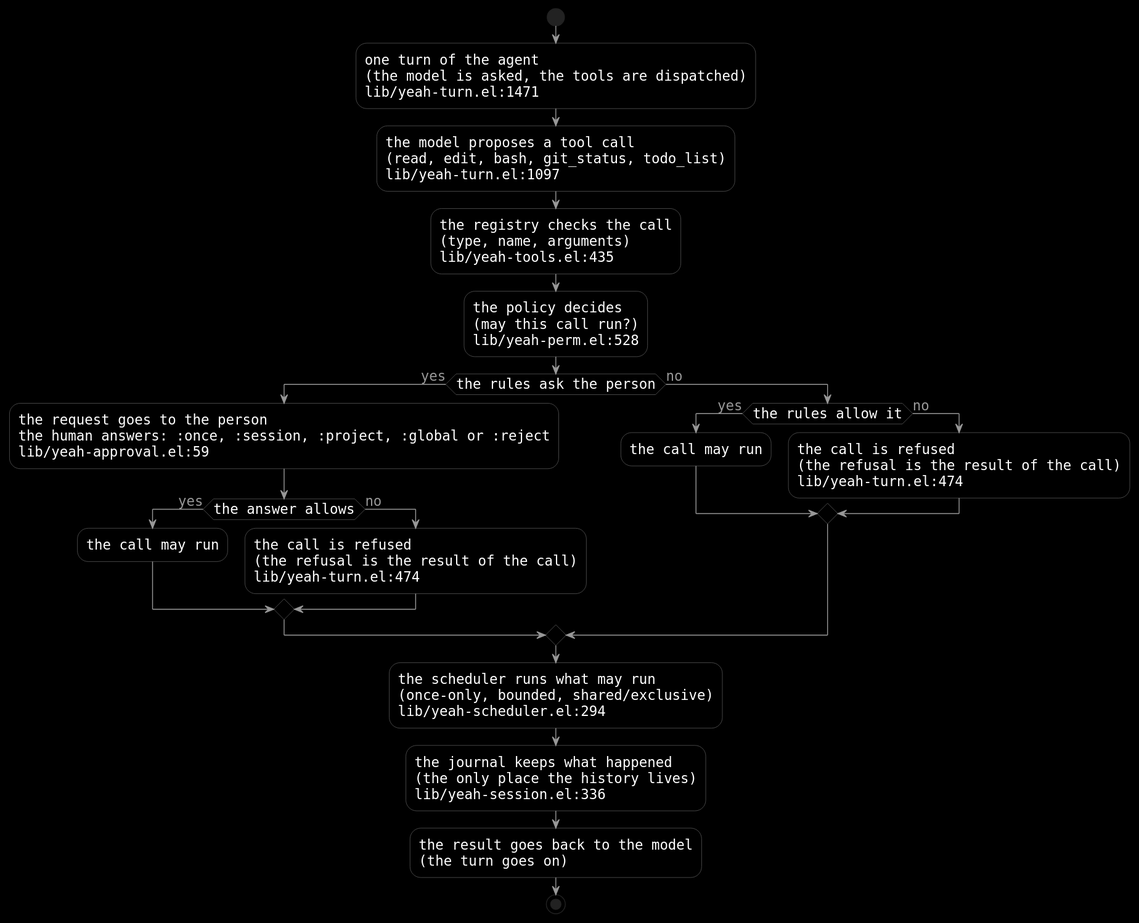
This is site/assets/diagrams/one-turn-dark.svg from 11111000000/yeah, a PlantUML export, as it was before one commit.
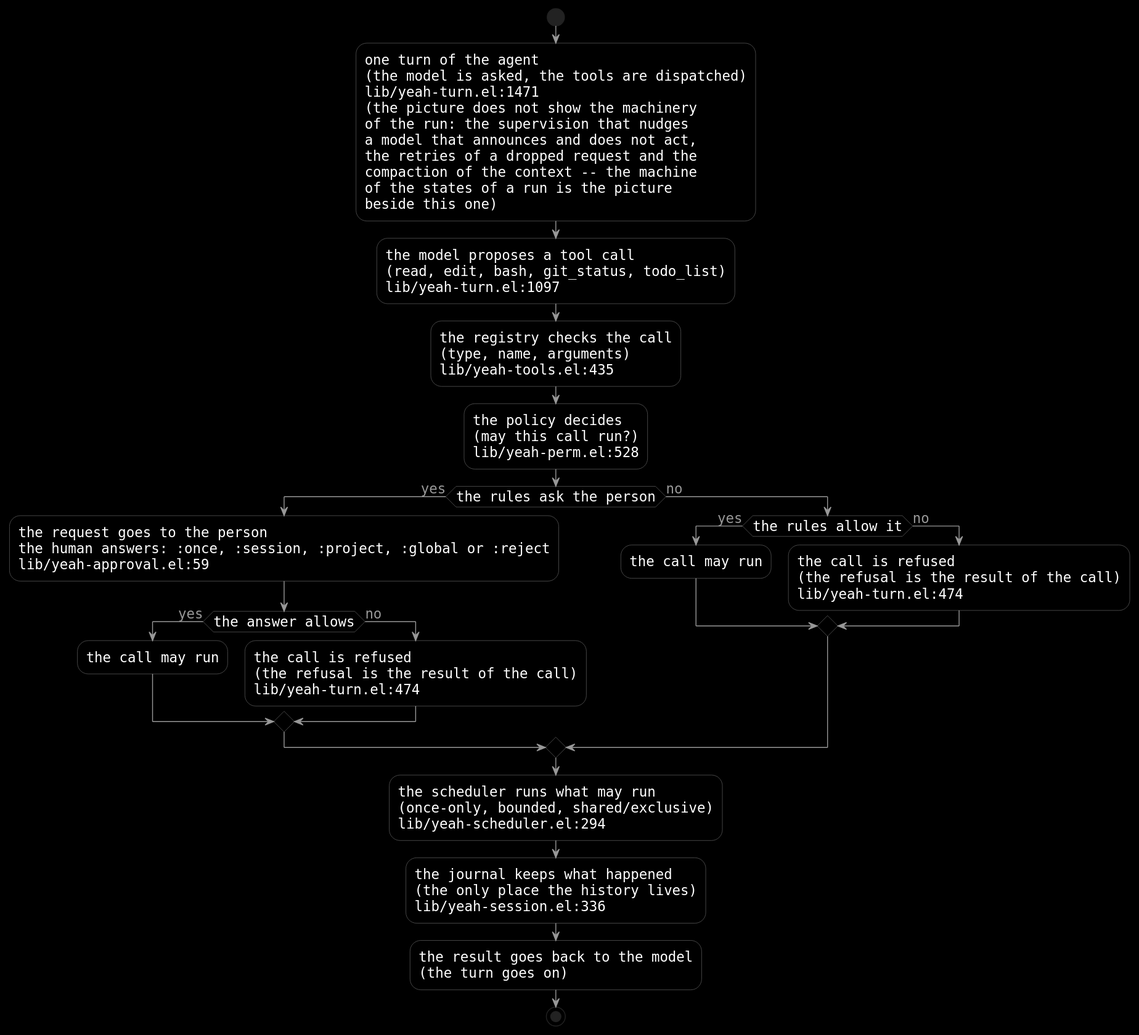
The same file after the commit.

What changed in the source:
```diff
@@ -1,4 +1,5 @@
 @startuml
+!define SUBJECT_BG #0E3A2C
 skinparam nodeStyle rectangle
 skinparam stateStyle rectangle
 skinparam componentStyle rectangle
@@ -30,7 +31,14 @@
 start
 :one turn of the agent
 (the model is asked, the tools are dispatched)
-lib/yeah-turn.el:1471;
+lib/yeah-turn.el:1471
+(the picture does not show the machinery
+of the run: the supervision that nudges
+a model that announces and does not act,
+the retries of a dropped request and the
+compaction of the context -- the machine
+of the states of a run is the picture
+beside this one);
 :the model proposes a tool call
 (read, edit, bash, git_status, todo_list)
 lib/yeah-turn.el:1097;
```
